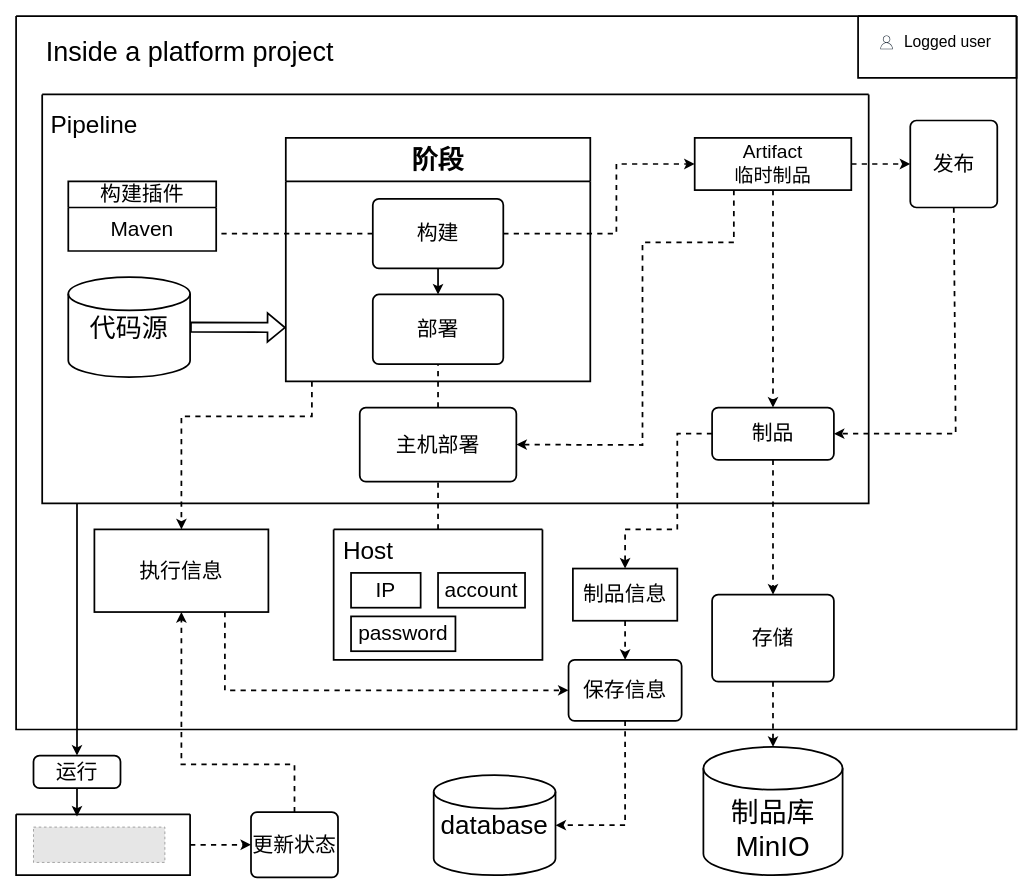
The draw.io diagram page "流水线流程" (10 of 12) of 发布中心.drawio in GorgeousU/draw.io, before the edit. Source tidied: cells renumbered, new cells numbered last; positions are measured from the earlier drawing's top-left corner, leaving out a move shared by most shapes. Both pictures are drawn from the tidied source at 87%, with x=0, y=0 at pixel (16, 16). Pictures stored in the file or linked from it are replaced by grey dashed boxes.
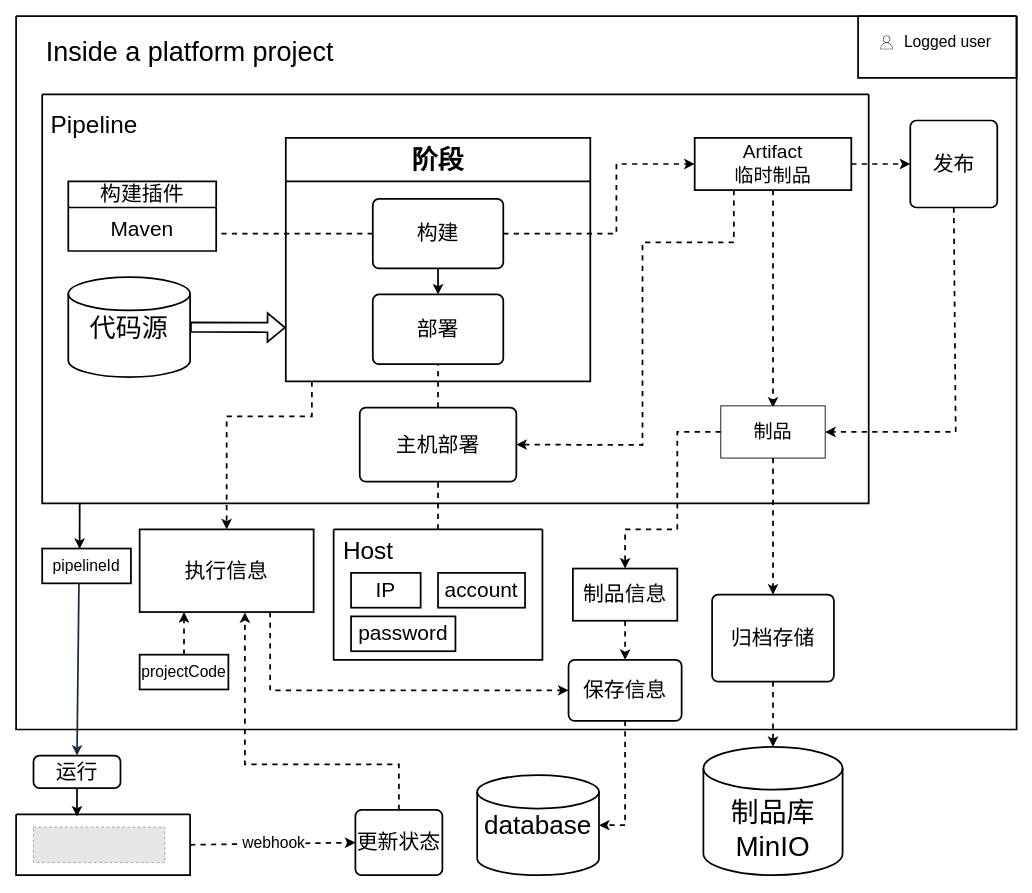
The same diagram, later.

The change refers to these unchanged cells:
```xml
<mxCell id="5" style="swimlane;startSize=0;strokeWidth=2;" parent="1" vertex="1">
  <mxGeometry width="1150" height="820" as="geometry" />
</mxCell>
<mxCell id="11" style="swimlane;startSize=0;strokeWidth=2;" parent="5" vertex="1">
  <mxGeometry x="30" y="90" width="950" height="470" as="geometry" />
</mxCell>
<mxCell id="21" value="&lt;font style=&quot;font-size: 22px;&quot;&gt;Artifact&lt;br&gt;临时制品&lt;/font&gt;" style="html=1;align=center;verticalAlign=middle;dashed=0;whiteSpace=wrap;labelBackgroundColor=none;strokeWidth=2;" parent="11" vertex="1">
  <mxGeometry x="750" y="50" width="180" height="60" as="geometry" />
</mxCell>
<mxCell id="29" value="&lt;font style=&quot;font-size: 24px;&quot;&gt;发布&lt;/font&gt;" style="rounded=1;whiteSpace=wrap;html=1;absoluteArcSize=1;arcSize=14;strokeWidth=2;" parent="5" vertex="1">
  <mxGeometry x="1027.8" y="120" width="100" height="100" as="geometry" />
</mxCell>
<mxCell id="42" value="&lt;font style=&quot;font-size: 24px;&quot;&gt;制品信息&lt;/font&gt;" style="rounded=0;whiteSpace=wrap;html=1;strokeWidth=2;" parent="5" vertex="1">
  <mxGeometry x="640" y="635" width="120" height="60" as="geometry" />
</mxCell>
<mxCell id="44" value="&lt;font style=&quot;font-size: 24px;&quot;&gt;保存信息&lt;/font&gt;" style="rounded=1;whiteSpace=wrap;html=1;absoluteArcSize=1;arcSize=14;strokeWidth=2;" parent="5" vertex="1">
  <mxGeometry x="635" y="740" width="130" height="70" as="geometry" />
</mxCell>
<mxCell id="52" value="&lt;font style=&quot;font-size: 24px;&quot;&gt;运行&lt;/font&gt;" style="rounded=1;whiteSpace=wrap;html=1;absoluteArcSize=1;arcSize=14;strokeWidth=2;" parent="1" vertex="1">
  <mxGeometry x="20" y="850" width="100" height="37.5" as="geometry" />
</mxCell>
<mxCell id="55" style="endArrow=classic;html=1;rounded=0;exitX=1;exitY=0.5;exitDx=0;exitDy=0;entryX=0;entryY=0.5;entryDx=0;entryDy=0;strokeWidth=2;dashed=1;" parent="1" edge="1" source="48" target="54">
  <mxGeometry relative="1" as="geometry" />
</mxCell>
```

What changed in the source:
```diff
@@
-    <mxCell id="20" value="&lt;font style=&quot;font-size: 24px;&quot;&gt;制品&lt;/font&gt;" style="rounded=1;whiteSpace=wrap;html=1;absoluteArcSize=1;arcSize=14;strokeWidth=2;labelBackgroundColor=none;" parent="11" vertex="1">
-      <mxGeometry x="770" y="360" width="140" height="60" as="geometry" />
-    </mxCell>
@@
-    <mxCell id="26" style="endArrow=classic;html=1;rounded=0;exitX=0.5;exitY=1;exitDx=0;exitDy=0;entryX=0.5;entryY=0;entryDx=0;entryDy=0;strokeWidth=2;dashed=1;" parent="11" edge="1" source="21" target="20">
-      <mxGeometry relative="1" as="geometry" />
+    <mxCell id="26" style="endArrow=classic;html=1;rounded=0;exitX=0.5;exitY=1;exitDx=0;exitDy=0;entryX=0.5;entryY=0;entryDx=0;entryDy=0;strokeWidth=2;dashed=1;" parent="11" edge="1" source="21">
+      <mxGeometry relative="1" as="geometry">
+        <mxPoint x="840" y="360" as="targetPoint" />
+      </mxGeometry>
     </mxCell>
@@
+    <mxCell id="20" value="&lt;font style=&quot;font-size: 22px;&quot;&gt;制品&lt;/font&gt;" style="rounded=0;whiteSpace=wrap;html=1;" parent="11" vertex="1">
+      <mxGeometry x="780" y="358" width="120" height="60" as="geometry" />
+    </mxCell>
@@
     <mxCell id="37" style="endArrow=classic;html=1;rounded=0;entryX=0.5;entryY=0;entryDx=0;entryDy=0;strokeWidth=2;dashed=1;" parent="5" edge="1" target="39">
       <mxGeometry relative="1" as="geometry">
         <mxPoint x="340" y="420" as="sourcePoint" />
         <Array as="points">
           <mxPoint x="340" y="460" />
-          <mxPoint x="190" y="460" />
-          <mxPoint x="190" y="550" />
+          <mxPoint x="242" y="460" />
         </Array>
       </mxGeometry>
     </mxCell>
     <mxCell id="38" style="endArrow=classic;html=1;rounded=0;exitX=0.5;exitY=1;exitDx=0;exitDy=0;entryX=1;entryY=0.5;entryDx=0;entryDy=0;strokeWidth=2;dashed=1;" parent="5" edge="1" source="29" target="20">
       <mxGeometry relative="1" as="geometry">
         <Array as="points">
-          <mxPoint x="1080" y="480" />
+          <mxPoint x="1080" y="478" />
         </Array>
       </mxGeometry>
     </mxCell>
     <mxCell id="39" value="&lt;font style=&quot;font-size: 24px;&quot;&gt;执行信息&lt;/font&gt;" style="rounded=0;whiteSpace=wrap;html=1;strokeWidth=2;" parent="5" vertex="1">
-      <mxGeometry x="90" y="590" width="200" height="95" as="geometry" />
+      <mxGeometry x="142" y="590" width="200" height="95" as="geometry" />
     </mxCell>
-    <mxCell id="40" value="&lt;font style=&quot;font-size: 24px;&quot;&gt;存储&lt;/font&gt;" style="rounded=1;whiteSpace=wrap;html=1;absoluteArcSize=1;arcSize=14;strokeWidth=2;" parent="5" vertex="1">
+    <mxCell id="40" value="&lt;span style=&quot;font-size: 24px;&quot;&gt;归档存储&lt;/span&gt;" style="rounded=1;whiteSpace=wrap;html=1;absoluteArcSize=1;arcSize=14;strokeWidth=2;" parent="5" vertex="1">
       <mxGeometry x="800" y="665" width="140" height="100" as="geometry" />
     </mxCell>
-    <mxCell id="41" style="endArrow=classic;html=1;rounded=0;exitX=0.5;exitY=1;exitDx=0;exitDy=0;entryX=0.5;entryY=0;entryDx=0;entryDy=0;strokeWidth=2;dashed=1;" parent="5" edge="1" source="20" target="40">
+    <mxCell id="41" style="endArrow=classic;html=1;rounded=0;entryX=0.5;entryY=0;entryDx=0;entryDy=0;strokeWidth=2;dashed=1;exitX=0.5;exitY=1;exitDx=0;exitDy=0;" parent="5" edge="1" source="20" target="40">
       <mxGeometry relative="1" as="geometry" />
     </mxCell>
@@
     <mxCell id="43" style="endArrow=classic;html=1;rounded=0;exitX=0;exitY=0.5;exitDx=0;exitDy=0;entryX=0.5;entryY=0;entryDx=0;entryDy=0;strokeWidth=2;dashed=1;" parent="5" edge="1" source="20" target="42">
       <mxGeometry relative="1" as="geometry">
         <Array as="points">
-          <mxPoint x="760" y="480" />
+          <mxPoint x="760" y="478" />
           <mxPoint x="760" y="590" />
           <mxPoint x="700" y="590" />
         </Array>
       </mxGeometry>
     </mxCell>
@@
     <mxCell id="46" style="endArrow=classic;html=1;rounded=0;exitX=0.75;exitY=1;exitDx=0;exitDy=0;entryX=0;entryY=0.5;entryDx=0;entryDy=0;strokeWidth=2;dashed=1;" parent="5" edge="1" source="39" target="44">
       <mxGeometry relative="1" as="geometry">
         <Array as="points">
-          <mxPoint x="240" y="775" />
+          <mxPoint x="292" y="775" />
         </Array>
       </mxGeometry>
     </mxCell>
+    <mxCell id="58" value="&lt;font style=&quot;font-size: 18px;&quot;&gt;projectCode&lt;/font&gt;" style="rounded=0;whiteSpace=wrap;html=1;strokeWidth=2;" parent="5" vertex="1">
+      <mxGeometry x="142" y="734" width="102" height="40" as="geometry" />
+    </mxCell>
+    <mxCell id="59" style="endArrow=classic;html=1;rounded=0;exitX=0.5;exitY=0;exitDx=0;exitDy=0;entryX=0.255;entryY=1;entryDx=0;entryDy=0;entryPerimeter=0;dashed=1;strokeWidth=2;" parent="5" edge="1" source="58" target="39">
+      <mxGeometry relative="1" as="geometry" />
+    </mxCell>
+    <mxCell id="60" value="&lt;font style=&quot;font-size: 18px;&quot;&gt;pipelineId&lt;/font&gt;" style="rounded=0;whiteSpace=wrap;html=1;strokeWidth=2;" parent="5" vertex="1">
+      <mxGeometry x="30" y="612" width="102" height="40" as="geometry" />
+    </mxCell>
+    <mxCell id="51" style="endArrow=classic;html=1;rounded=0;strokeWidth=2;entryX=0.391;entryY=0.011;entryDx=0;entryDy=0;entryPerimeter=0;" parent="5" edge="1">
+      <mxGeometry relative="1" as="geometry">
+        <mxPoint x="73.1" y="560" as="sourcePoint" />
+        <mxPoint x="73" y="612.4" as="targetPoint" />
+      </mxGeometry>
+    </mxCell>
     <mxCell id="47" value="&lt;font style=&quot;font-size: 30px;&quot;&gt;database&lt;/font&gt;" style="strokeWidth=2;html=1;shape=mxgraph.flowchart.database;whiteSpace=wrap;labelBackgroundColor=none;" parent="1" vertex="1">
-      <mxGeometry x="480" y="872.5" width="140" height="115" as="geometry" />
+      <mxGeometry x="530" y="872.5" width="140" height="115" as="geometry" />
     </mxCell>
@@
-    <mxCell id="51" style="endArrow=classic;html=1;rounded=0;entryX=0.5;entryY=0;entryDx=0;entryDy=0;strokeWidth=2;" parent="1" edge="1" target="52">
-      <mxGeometry relative="1" as="geometry">
-        <mxPoint x="70" y="560" as="sourcePoint" />
-      </mxGeometry>
-    </mxCell>
@@
     <mxCell id="54" value="&lt;font style=&quot;font-size: 24px;&quot;&gt;更新状态&lt;/font&gt;" style="rounded=1;whiteSpace=wrap;html=1;absoluteArcSize=1;arcSize=14;strokeWidth=2;" parent="1" vertex="1">
-      <mxGeometry x="270" y="915" width="100" height="75" as="geometry" />
+      <mxGeometry x="390" y="912.5" width="100" height="75" as="geometry" />
     </mxCell>
@@
+    <mxCell id="61" value="&lt;font style=&quot;font-size: 18px;&quot;&gt;webhook&lt;/font&gt;" style="edgeLabel;html=1;align=center;verticalAlign=middle;" parent="55" vertex="1">
+      <mxGeometry y="-2" relative="1" as="geometry">
+        <mxPoint y="-3" as="offset" />
+      </mxGeometry>
+    </mxCell>
+    <mxCell id="57" style="endArrow=classic;html=1;rounded=0;exitX=0.5;exitY=1;exitDx=0;exitDy=0;entryX=1;entryY=0.5;entryDx=0;entryDy=0;entryPerimeter=0;strokeWidth=2;dashed=1;" parent="1" edge="1" source="44" target="47">
+      <mxGeometry relative="1" as="geometry">
+        <Array as="points">
+          <mxPoint x="700" y="930" />
+        </Array>
+      </mxGeometry>
+    </mxCell>
-    <mxCell id="56" style="endArrow=classic;html=1;rounded=0;exitX=0.5;exitY=0;exitDx=0;exitDy=0;entryX=0.5;entryY=1;entryDx=0;entryDy=0;strokeWidth=2;dashed=1;" parent="1" edge="1" source="54" target="39">
+    <mxCell id="56" style="endArrow=classic;html=1;rounded=0;exitX=0.5;exitY=0;exitDx=0;exitDy=0;strokeWidth=2;dashed=1;entryX=0.605;entryY=1.004;entryDx=0;entryDy=0;entryPerimeter=0;" parent="1" edge="1" source="54" target="39">
       <mxGeometry relative="1" as="geometry">
         <Array as="points">
-          <mxPoint x="320" y="860" />
-          <mxPoint x="190" y="860" />
+          <mxPoint x="440" y="860" />
+          <mxPoint x="263" y="860" />
         </Array>
       </mxGeometry>
     </mxCell>
-    <mxCell id="57" style="endArrow=classic;html=1;rounded=0;exitX=0.5;exitY=1;exitDx=0;exitDy=0;entryX=1;entryY=0.5;entryDx=0;entryDy=0;entryPerimeter=0;strokeWidth=2;dashed=1;" parent="1" edge="1" source="44" target="47">
-      <mxGeometry relative="1" as="geometry">
-        <Array as="points">
-          <mxPoint x="700" y="930" />
-        </Array>
-      </mxGeometry>
-    </mxCell>
+    <mxCell id="62" style="endArrow=classic;html=1;rounded=0;strokeColor=#182E3E;exitX=0.414;exitY=1.003;exitDx=0;exitDy=0;exitPerimeter=0;entryX=0.5;entryY=0;entryDx=0;entryDy=0;strokeWidth=2;" parent="1" edge="1" source="60" target="52">
+      <mxGeometry relative="1" as="geometry" />
+    </mxCell>
```
